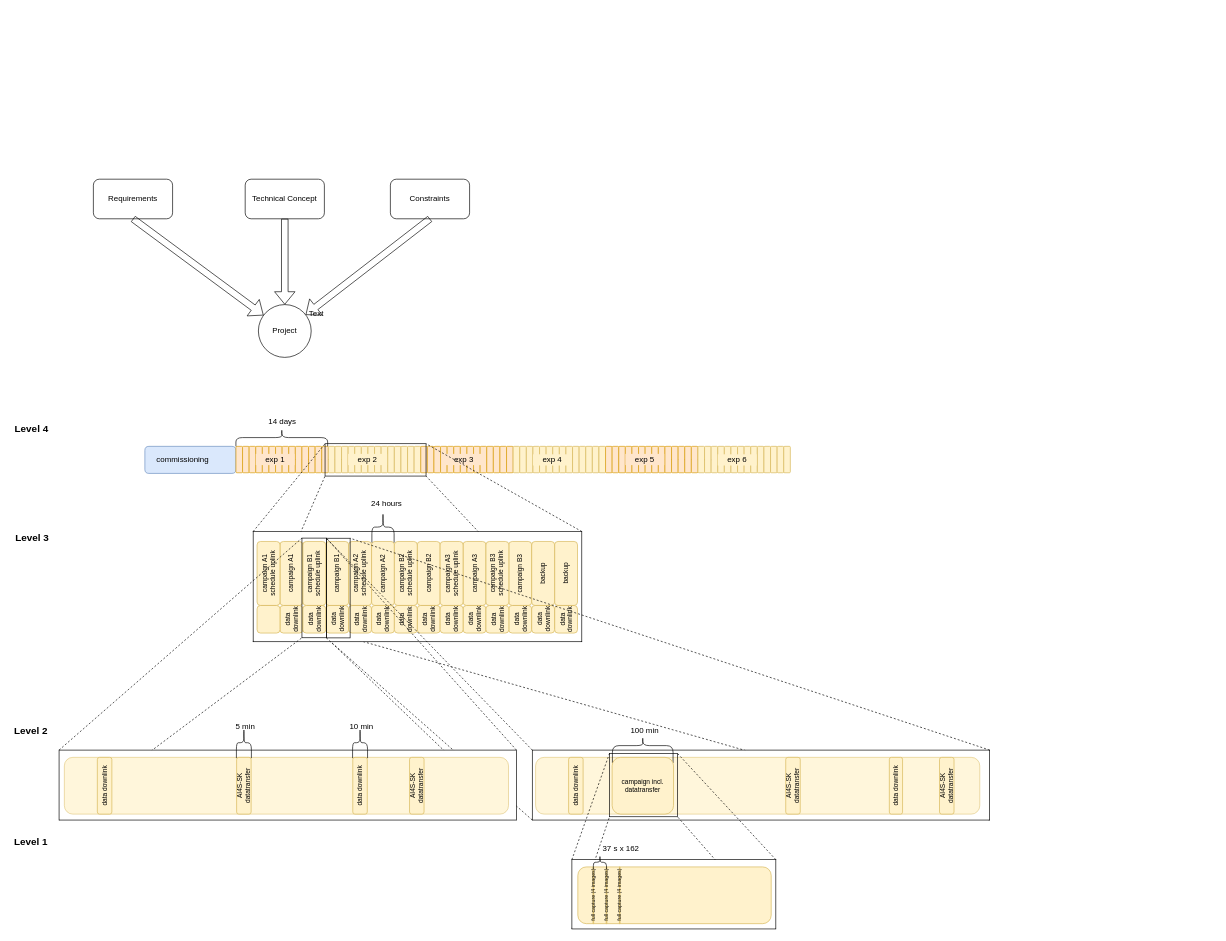
Above: AI4SpaceManuscript.drawio in JanThoemel/drawIO (draw.io), before the change. Source tidied: cells renumbered, new cells numbered last; positions are measured from the earlier drawing's top-left corner, leaving out a move shared by most shapes. Both pictures are drawn from the tidied source at 66%, with x=0, y=0 at pixel (11, 179).
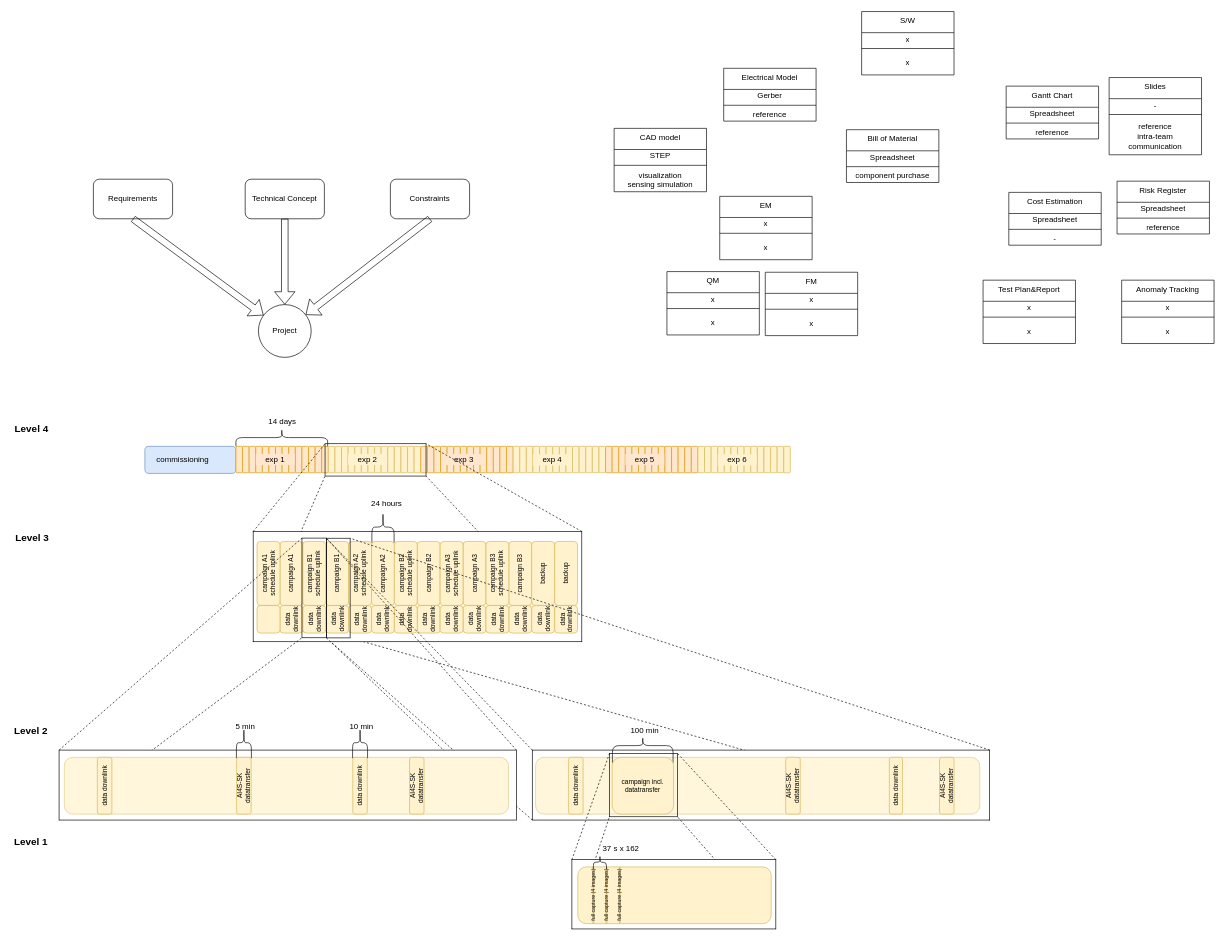
After the change.

The edit, as a diff of the source:
```diff
@@
-    <mxCell id="100" value="Text" style="text;html=1;strokeColor=none;fillColor=none;align=center;verticalAlign=middle;whiteSpace=wrap;rounded=0;" parent="1" vertex="1">
-      <mxGeometry x="432" y="189" width="60" height="30" as="geometry" />
-    </mxCell>
@@
+    <mxCell id="187" value="Bill of Material" style="swimlane;fontStyle=0;align=center;verticalAlign=top;horizontal=1;startSize=32;html=1;whiteSpace=wrap;" parent="1" vertex="1">
+      <mxGeometry x="1265" y="-75" width="140" height="80" as="geometry" />
+    </mxCell>
+    <mxCell id="188" value="Spreadsheet" style="text;html=1;strokeColor=none;fillColor=none;align=center;verticalAlign=middle;spacingLeft=4;spacingRight=4;overflow=hidden;whiteSpace=wrap;" parent="187" vertex="1">
+      <mxGeometry y="32" width="140" height="20" as="geometry" />
+    </mxCell>
+    <mxCell id="189" style="line;strokeWidth=1;fillColor=none;align=left;verticalAlign=middle;spacingTop=-1;spacingLeft=3;spacingRight=3;labelPosition=right;" parent="187" vertex="1">
+      <mxGeometry y="52" width="140" height="8" as="geometry" />
+    </mxCell>
+    <mxCell id="190" value="component purchase" style="text;html=1;strokeColor=none;fillColor=none;align=center;verticalAlign=middle;spacingLeft=4;spacingRight=4;overflow=hidden;whiteSpace=wrap;" parent="187" vertex="1">
+      <mxGeometry y="60" width="140" height="20" as="geometry" />
+    </mxCell>
+    <mxCell id="191" value="Risk Register" style="swimlane;fontStyle=0;align=center;verticalAlign=top;horizontal=1;startSize=32;html=1;whiteSpace=wrap;" parent="1" vertex="1">
+      <mxGeometry x="1675" y="3" width="140" height="80" as="geometry" />
+    </mxCell>
+    <mxCell id="192" value="Spreadsheet" style="text;html=1;strokeColor=none;fillColor=none;align=center;verticalAlign=middle;spacingLeft=4;spacingRight=4;overflow=hidden;whiteSpace=wrap;" parent="191" vertex="1">
+      <mxGeometry y="32" width="140" height="20" as="geometry" />
+    </mxCell>
+    <mxCell id="193" style="line;strokeWidth=1;fillColor=none;align=left;verticalAlign=middle;spacingTop=-1;spacingLeft=3;spacingRight=3;labelPosition=right;" parent="191" vertex="1">
+      <mxGeometry y="52" width="140" height="8" as="geometry" />
+    </mxCell>
+    <mxCell id="194" value="&lt;div&gt;reference&lt;/div&gt;" style="text;html=1;strokeColor=none;fillColor=none;align=center;verticalAlign=middle;spacingLeft=4;spacingRight=4;overflow=hidden;whiteSpace=wrap;" parent="191" vertex="1">
+      <mxGeometry y="60" width="140" height="20" as="geometry" />
+    </mxCell>
+    <mxCell id="195" value="Slides" style="swimlane;fontStyle=0;align=center;verticalAlign=top;horizontal=1;startSize=32;html=1;whiteSpace=wrap;" parent="1" vertex="1">
+      <mxGeometry x="1663" y="-154" width="140" height="117" as="geometry" />
+    </mxCell>
+    <mxCell id="196" value="-" style="text;html=1;strokeColor=none;fillColor=none;align=center;verticalAlign=middle;spacingLeft=4;spacingRight=4;overflow=hidden;whiteSpace=wrap;" parent="195" vertex="1">
+      <mxGeometry y="32" width="140" height="20" as="geometry" />
+    </mxCell>
+    <mxCell id="197" style="line;strokeWidth=1;fillColor=none;align=left;verticalAlign=middle;spacingTop=-1;spacingLeft=3;spacingRight=3;labelPosition=right;" parent="195" vertex="1">
+      <mxGeometry y="52" width="140" height="8" as="geometry" />
+    </mxCell>
+    <mxCell id="198" value="&lt;div&gt;reference&lt;br&gt;intra-team communication&lt;br&gt;&lt;/div&gt;" style="text;html=1;strokeColor=none;fillColor=none;align=center;verticalAlign=middle;spacingLeft=4;spacingRight=4;overflow=hidden;whiteSpace=wrap;" parent="195" vertex="1">
+      <mxGeometry y="60" width="140" height="57" as="geometry" />
+    </mxCell>
+    <mxCell id="199" value="Gantt Chart" style="swimlane;fontStyle=0;align=center;verticalAlign=top;horizontal=1;startSize=32;html=1;whiteSpace=wrap;" parent="1" vertex="1">
+      <mxGeometry x="1507" y="-141" width="140" height="80" as="geometry" />
+    </mxCell>
+    <mxCell id="200" value="Spreadsheet" style="text;html=1;strokeColor=none;fillColor=none;align=center;verticalAlign=middle;spacingLeft=4;spacingRight=4;overflow=hidden;whiteSpace=wrap;" parent="199" vertex="1">
+      <mxGeometry y="32" width="140" height="20" as="geometry" />
+    </mxCell>
+    <mxCell id="201" style="line;strokeWidth=1;fillColor=none;align=left;verticalAlign=middle;spacingTop=-1;spacingLeft=3;spacingRight=3;labelPosition=right;" parent="199" vertex="1">
+      <mxGeometry y="52" width="140" height="8" as="geometry" />
+    </mxCell>
+    <mxCell id="202" value="&lt;div&gt;reference&lt;/div&gt;" style="text;html=1;strokeColor=none;fillColor=none;align=center;verticalAlign=middle;spacingLeft=4;spacingRight=4;overflow=hidden;whiteSpace=wrap;" parent="199" vertex="1">
+      <mxGeometry y="60" width="140" height="20" as="geometry" />
+    </mxCell>
+    <mxCell id="203" value="Cost Estimation" style="swimlane;fontStyle=0;align=center;verticalAlign=top;horizontal=1;startSize=32;html=1;whiteSpace=wrap;" parent="1" vertex="1">
+      <mxGeometry x="1511" y="20" width="140" height="80" as="geometry" />
+    </mxCell>
+    <mxCell id="204" value="Spreadsheet" style="text;html=1;strokeColor=none;fillColor=none;align=center;verticalAlign=middle;spacingLeft=4;spacingRight=4;overflow=hidden;whiteSpace=wrap;" parent="203" vertex="1">
+      <mxGeometry y="32" width="140" height="20" as="geometry" />
+    </mxCell>
+    <mxCell id="205" style="line;strokeWidth=1;fillColor=none;align=left;verticalAlign=middle;spacingTop=-1;spacingLeft=3;spacingRight=3;labelPosition=right;" parent="203" vertex="1">
+      <mxGeometry y="52" width="140" height="8" as="geometry" />
+    </mxCell>
+    <mxCell id="206" value="-" style="text;html=1;strokeColor=none;fillColor=none;align=center;verticalAlign=middle;spacingLeft=4;spacingRight=4;overflow=hidden;whiteSpace=wrap;" parent="203" vertex="1">
+      <mxGeometry y="60" width="140" height="20" as="geometry" />
+    </mxCell>
+    <mxCell id="207" value="Electrical Model" style="swimlane;fontStyle=0;align=center;verticalAlign=top;horizontal=1;startSize=32;html=1;whiteSpace=wrap;" parent="1" vertex="1">
+      <mxGeometry x="1079" y="-168" width="140" height="80" as="geometry" />
+    </mxCell>
+    <mxCell id="208" value="Gerber" style="text;html=1;strokeColor=none;fillColor=none;align=center;verticalAlign=middle;spacingLeft=4;spacingRight=4;overflow=hidden;whiteSpace=wrap;" parent="207" vertex="1">
+      <mxGeometry y="32" width="140" height="20" as="geometry" />
+    </mxCell>
+    <mxCell id="209" style="line;strokeWidth=1;fillColor=none;align=left;verticalAlign=middle;spacingTop=-1;spacingLeft=3;spacingRight=3;labelPosition=right;" parent="207" vertex="1">
+      <mxGeometry y="52" width="140" height="8" as="geometry" />
+    </mxCell>
+    <mxCell id="210" value="&lt;div&gt;reference&lt;/div&gt;" style="text;html=1;strokeColor=none;fillColor=none;align=center;verticalAlign=middle;spacingLeft=4;spacingRight=4;overflow=hidden;whiteSpace=wrap;" parent="207" vertex="1">
+      <mxGeometry y="60" width="140" height="20" as="geometry" />
+    </mxCell>
+    <mxCell id="211" value="CAD model" style="swimlane;fontStyle=0;align=center;verticalAlign=top;horizontal=1;startSize=32;html=1;whiteSpace=wrap;" parent="1" vertex="1">
+      <mxGeometry x="913" y="-77" width="140" height="96" as="geometry" />
+    </mxCell>
+    <mxCell id="212" value="STEP" style="text;html=1;strokeColor=none;fillColor=none;align=center;verticalAlign=middle;spacingLeft=4;spacingRight=4;overflow=hidden;whiteSpace=wrap;" parent="211" vertex="1">
+      <mxGeometry y="32" width="140" height="20" as="geometry" />
+    </mxCell>
+    <mxCell id="213" style="line;strokeWidth=1;fillColor=none;align=left;verticalAlign=middle;spacingTop=-1;spacingLeft=3;spacingRight=3;labelPosition=right;" parent="211" vertex="1">
+      <mxGeometry y="52" width="140" height="8" as="geometry" />
+    </mxCell>
+    <mxCell id="214" value="&lt;div&gt;visualization&lt;/div&gt;&lt;div&gt;sensing simulation&lt;br&gt;&lt;/div&gt;" style="text;html=1;strokeColor=none;fillColor=none;align=center;verticalAlign=middle;spacingLeft=4;spacingRight=4;overflow=hidden;whiteSpace=wrap;" parent="211" vertex="1">
+      <mxGeometry y="60" width="140" height="36" as="geometry" />
+    </mxCell>
+    <mxCell id="215" value="S/W" style="swimlane;fontStyle=0;align=center;verticalAlign=top;horizontal=1;startSize=32;html=1;whiteSpace=wrap;" parent="1" vertex="1">
+      <mxGeometry x="1288" y="-254" width="140" height="96" as="geometry" />
+    </mxCell>
+    <mxCell id="216" value="x" style="text;html=1;strokeColor=none;fillColor=none;align=center;verticalAlign=middle;spacingLeft=4;spacingRight=4;overflow=hidden;whiteSpace=wrap;" parent="215" vertex="1">
+      <mxGeometry y="32" width="140" height="20" as="geometry" />
+    </mxCell>
+    <mxCell id="217" style="line;strokeWidth=1;fillColor=none;align=left;verticalAlign=middle;spacingTop=-1;spacingLeft=3;spacingRight=3;labelPosition=right;" parent="215" vertex="1">
+      <mxGeometry y="52" width="140" height="8" as="geometry" />
+    </mxCell>
+    <mxCell id="218" value="x" style="text;html=1;strokeColor=none;fillColor=none;align=center;verticalAlign=middle;spacingLeft=4;spacingRight=4;overflow=hidden;whiteSpace=wrap;" parent="215" vertex="1">
+      <mxGeometry y="60" width="140" height="36" as="geometry" />
+    </mxCell>
+    <mxCell id="219" value="EM" style="swimlane;fontStyle=0;align=center;verticalAlign=top;horizontal=1;startSize=32;html=1;whiteSpace=wrap;" parent="1" vertex="1">
+      <mxGeometry x="1073" y="26" width="140" height="96" as="geometry" />
+    </mxCell>
+    <mxCell id="220" value="x" style="text;html=1;strokeColor=none;fillColor=none;align=center;verticalAlign=middle;spacingLeft=4;spacingRight=4;overflow=hidden;whiteSpace=wrap;" parent="219" vertex="1">
+      <mxGeometry y="32" width="140" height="20" as="geometry" />
+    </mxCell>
+    <mxCell id="221" style="line;strokeWidth=1;fillColor=none;align=left;verticalAlign=middle;spacingTop=-1;spacingLeft=3;spacingRight=3;labelPosition=right;" parent="219" vertex="1">
+      <mxGeometry y="52" width="140" height="8" as="geometry" />
+    </mxCell>
+    <mxCell id="222" value="x" style="text;html=1;strokeColor=none;fillColor=none;align=center;verticalAlign=middle;spacingLeft=4;spacingRight=4;overflow=hidden;whiteSpace=wrap;" parent="219" vertex="1">
+      <mxGeometry y="60" width="140" height="36" as="geometry" />
+    </mxCell>
+    <mxCell id="223" value="QM" style="swimlane;fontStyle=0;align=center;verticalAlign=top;horizontal=1;startSize=32;html=1;whiteSpace=wrap;" parent="1" vertex="1">
+      <mxGeometry x="993" y="140" width="140" height="96" as="geometry" />
+    </mxCell>
+    <mxCell id="224" value="x" style="text;html=1;strokeColor=none;fillColor=none;align=center;verticalAlign=middle;spacingLeft=4;spacingRight=4;overflow=hidden;whiteSpace=wrap;" parent="223" vertex="1">
+      <mxGeometry y="32" width="140" height="20" as="geometry" />
+    </mxCell>
+    <mxCell id="225" style="line;strokeWidth=1;fillColor=none;align=left;verticalAlign=middle;spacingTop=-1;spacingLeft=3;spacingRight=3;labelPosition=right;" parent="223" vertex="1">
+      <mxGeometry y="52" width="140" height="8" as="geometry" />
+    </mxCell>
+    <mxCell id="226" value="x" style="text;html=1;strokeColor=none;fillColor=none;align=center;verticalAlign=middle;spacingLeft=4;spacingRight=4;overflow=hidden;whiteSpace=wrap;" parent="223" vertex="1">
+      <mxGeometry y="60" width="140" height="36" as="geometry" />
+    </mxCell>
+    <mxCell id="227" value="FM" style="swimlane;fontStyle=0;align=center;verticalAlign=top;horizontal=1;startSize=32;html=1;whiteSpace=wrap;" parent="1" vertex="1">
+      <mxGeometry x="1142" y="141" width="140" height="96" as="geometry" />
+    </mxCell>
+    <mxCell id="228" value="x" style="text;html=1;strokeColor=none;fillColor=none;align=center;verticalAlign=middle;spacingLeft=4;spacingRight=4;overflow=hidden;whiteSpace=wrap;" parent="227" vertex="1">
+      <mxGeometry y="32" width="140" height="20" as="geometry" />
+    </mxCell>
+    <mxCell id="229" style="line;strokeWidth=1;fillColor=none;align=left;verticalAlign=middle;spacingTop=-1;spacingLeft=3;spacingRight=3;labelPosition=right;" parent="227" vertex="1">
+      <mxGeometry y="52" width="140" height="8" as="geometry" />
+    </mxCell>
+    <mxCell id="230" value="x" style="text;html=1;strokeColor=none;fillColor=none;align=center;verticalAlign=middle;spacingLeft=4;spacingRight=4;overflow=hidden;whiteSpace=wrap;" parent="227" vertex="1">
+      <mxGeometry y="60" width="140" height="36" as="geometry" />
+    </mxCell>
+    <mxCell id="231" value="Test Plan&amp;amp;Report" style="swimlane;fontStyle=0;align=center;verticalAlign=top;horizontal=1;startSize=32;html=1;whiteSpace=wrap;" parent="1" vertex="1">
+      <mxGeometry x="1472" y="153" width="140" height="96" as="geometry" />
+    </mxCell>
+    <mxCell id="232" value="x" style="text;html=1;strokeColor=none;fillColor=none;align=center;verticalAlign=middle;spacingLeft=4;spacingRight=4;overflow=hidden;whiteSpace=wrap;" parent="231" vertex="1">
+      <mxGeometry y="32" width="140" height="20" as="geometry" />
+    </mxCell>
+    <mxCell id="233" style="line;strokeWidth=1;fillColor=none;align=left;verticalAlign=middle;spacingTop=-1;spacingLeft=3;spacingRight=3;labelPosition=right;" parent="231" vertex="1">
+      <mxGeometry y="52" width="140" height="8" as="geometry" />
+    </mxCell>
+    <mxCell id="234" value="x" style="text;html=1;strokeColor=none;fillColor=none;align=center;verticalAlign=middle;spacingLeft=4;spacingRight=4;overflow=hidden;whiteSpace=wrap;" parent="231" vertex="1">
+      <mxGeometry y="60" width="140" height="36" as="geometry" />
+    </mxCell>
+    <mxCell id="235" value="Anomaly Tracking" style="swimlane;fontStyle=0;align=center;verticalAlign=top;horizontal=1;startSize=32;html=1;whiteSpace=wrap;" parent="1" vertex="1">
+      <mxGeometry x="1682" y="153" width="140" height="96" as="geometry" />
+    </mxCell>
+    <mxCell id="236" value="x" style="text;html=1;strokeColor=none;fillColor=none;align=center;verticalAlign=middle;spacingLeft=4;spacingRight=4;overflow=hidden;whiteSpace=wrap;" parent="235" vertex="1">
+      <mxGeometry y="32" width="140" height="20" as="geometry" />
+    </mxCell>
+    <mxCell id="237" style="line;strokeWidth=1;fillColor=none;align=left;verticalAlign=middle;spacingTop=-1;spacingLeft=3;spacingRight=3;labelPosition=right;" parent="235" vertex="1">
+      <mxGeometry y="52" width="140" height="8" as="geometry" />
+    </mxCell>
+    <mxCell id="238" value="x" style="text;html=1;strokeColor=none;fillColor=none;align=center;verticalAlign=middle;spacingLeft=4;spacingRight=4;overflow=hidden;whiteSpace=wrap;" parent="235" vertex="1">
+      <mxGeometry y="60" width="140" height="36" as="geometry" />
+    </mxCell>
```
